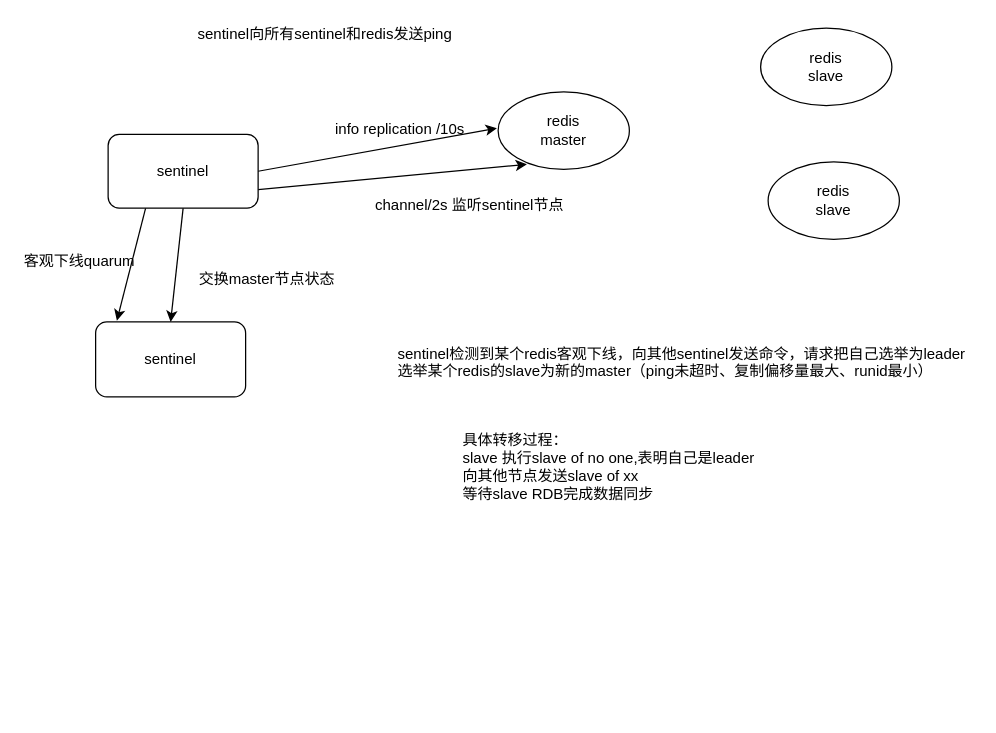
Above: redis.drawio in MihirrajDixit/drawio (draw.io), before the change. Source tidied: cells renumbered, new cells numbered last; positions are measured from the earlier drawing's top-left corner, leaving out a move shared by most shapes. Both pictures are drawn from the tidied source at 125%, with x=0, y=0 at pixel (21, 21).
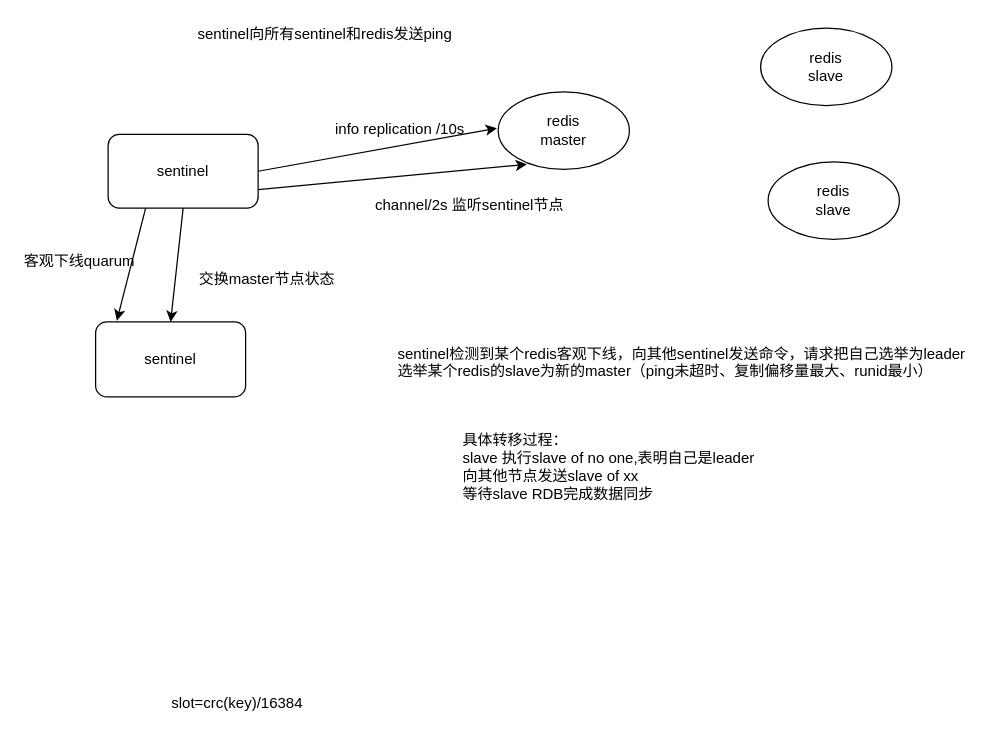
The same diagram, later.

Change to the diagram source:
```diff
@@
+    <mxCell id="18" value="slot=crc(key)/16384" style="text;html=1;align=left;verticalAlign=top;spacingTop=-4;" parent="1" vertex="1">
+      <mxGeometry x="118" y="535" width="115" height="14" as="geometry" />
+    </mxCell>
```
